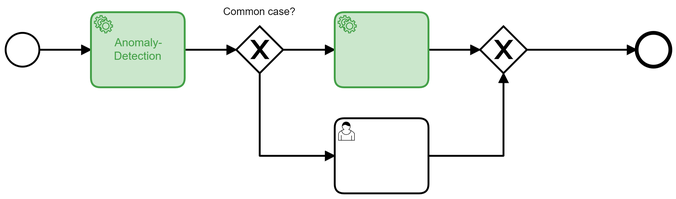
This is models/anomaly-detection-first.png from viadee/bpmn.ai-patterns, a BPMN export, as it was before one commit. Its source is kept beside it as models/anomaly-detection-first.bpmn. Ids are renumbered. Its diagram source:
```xml
<bpmn:definitions xmlns:bpmn="http://www.omg.org/spec/BPMN/20100524/MODEL" xmlns:bpmndi="http://www.omg.org/spec/BPMN/20100524/DI" xmlns:dc="http://www.omg.org/spec/DD/20100524/DC" xmlns:di="http://www.omg.org/spec/DD/20100524/DI" xmlns:bioc="http://bpmn.io/schema/bpmn/biocolor/1.0" id="Definitions_n1" targetNamespace="http://bpmn.io/schema/bpmn" exporter="Camunda Modeler" exporterVersion="4.1.1">
  <bpmn:process id="Process_n2" isExecutable="true">
    <bpmn:startEvent id="Event_n3">
      <bpmn:outgoing>Flow_n4</bpmn:outgoing>
    </bpmn:startEvent>
    <bpmn:endEvent id="Event_n5">
      <bpmn:incoming>Flow_n6</bpmn:incoming>
    </bpmn:endEvent>
    <bpmn:exclusiveGateway id="Gateway_n7" name="Common case?">
      <bpmn:incoming>Flow_n8</bpmn:incoming>
      <bpmn:outgoing>Flow_n9</bpmn:outgoing>
      <bpmn:outgoing>Flow_n10</bpmn:outgoing>
    </bpmn:exclusiveGateway>
    <bpmn:exclusiveGateway id="Gateway_n11">
      <bpmn:incoming>Flow_n12</bpmn:incoming>
      <bpmn:incoming>Flow_n13</bpmn:incoming>
      <bpmn:outgoing>Flow_n6</bpmn:outgoing>
    </bpmn:exclusiveGateway>
    <bpmn:userTask id="Activity_n14">
      <bpmn:incoming>Flow_n10</bpmn:incoming>
      <bpmn:outgoing>Flow_n12</bpmn:outgoing>
    </bpmn:userTask>
    <bpmn:serviceTask id="Activity_n15" name="Anomaly-Detection">
      <bpmn:incoming>Flow_n4</bpmn:incoming>
      <bpmn:outgoing>Flow_n8</bpmn:outgoing>
    </bpmn:serviceTask>
    <bpmn:serviceTask id="Activity_n16">
      <bpmn:incoming>Flow_n9</bpmn:incoming>
      <bpmn:outgoing>Flow_n13</bpmn:outgoing>
    </bpmn:serviceTask>
    <bpmn:sequenceFlow id="Flow_n4" sourceRef="Event_n3" targetRef="Activity_n15" />
    <bpmn:sequenceFlow id="Flow_n6" sourceRef="Gateway_n11" targetRef="Event_n5" />
    <bpmn:sequenceFlow id="Flow_n8" sourceRef="Activity_n15" targetRef="Gateway_n7" />
    <bpmn:sequenceFlow id="Flow_n9" sourceRef="Gateway_n7" targetRef="Activity_n16" />
    <bpmn:sequenceFlow id="Flow_n10" sourceRef="Gateway_n7" targetRef="Activity_n14" />
    <bpmn:sequenceFlow id="Flow_n12" sourceRef="Activity_n14" targetRef="Gateway_n11" />
    <bpmn:sequenceFlow id="Flow_n13" sourceRef="Activity_n16" targetRef="Gateway_n11" />
  </bpmn:process>
  <bpmndi:BPMNDiagram id="BPMNDiagram_1">
    <bpmndi:BPMNPlane id="BPMNPlane_1" bpmnElement="Process_n2">
      <bpmndi:BPMNEdge id="Flow_n4_di" bpmnElement="Flow_n4">
        <di:waypoint x="198" y="130" />
        <di:waypoint x="253" y="130" />
      </bpmndi:BPMNEdge>
      <bpmndi:BPMNEdge id="Flow_n6_di" bpmnElement="Flow_n6">
        <di:waypoint x="718" y="130" />
        <di:waypoint x="835" y="130" />
      </bpmndi:BPMNEdge>
      <bpmndi:BPMNEdge id="Flow_n8_di" bpmnElement="Flow_n8">
        <di:waypoint x="353" y="130" />
        <di:waypoint x="408" y="130" />
      </bpmndi:BPMNEdge>
      <bpmndi:BPMNEdge id="Flow_n9_di" bpmnElement="Flow_n9">
        <di:waypoint x="458" y="130" />
        <di:waypoint x="513" y="130" />
      </bpmndi:BPMNEdge>
      <bpmndi:BPMNEdge id="Flow_n10_di" bpmnElement="Flow_n10">
        <di:waypoint x="433" y="155" />
        <di:waypoint x="433" y="243" />
        <di:waypoint x="513" y="243" />
      </bpmndi:BPMNEdge>
      <bpmndi:BPMNEdge id="Flow_n12_di" bpmnElement="Flow_n12">
        <di:waypoint x="613" y="243" />
        <di:waypoint x="693" y="243" />
        <di:waypoint x="693" y="155" />
      </bpmndi:BPMNEdge>
      <bpmndi:BPMNEdge id="Flow_n13_di" bpmnElement="Flow_n13">
        <di:waypoint x="613" y="130" />
        <di:waypoint x="668" y="130" />
      </bpmndi:BPMNEdge>
      <bpmndi:BPMNShape id="Event_n3_di" bpmnElement="Event_n3">
        <dc:Bounds x="162" y="112" width="36" height="36" />
      </bpmndi:BPMNShape>
      <bpmndi:BPMNShape id="Event_n5_di" bpmnElement="Event_n5">
        <dc:Bounds x="835" y="112" width="36" height="36" />
      </bpmndi:BPMNShape>
      <bpmndi:BPMNShape id="Gateway_n7_di" bpmnElement="Gateway_n7" isMarkerVisible="true">
        <dc:Bounds x="408" y="105" width="50" height="50" />
        <bpmndi:BPMNLabel>
          <dc:Bounds x="394" y="83" width="78" height="14" />
        </bpmndi:BPMNLabel>
      </bpmndi:BPMNShape>
      <bpmndi:BPMNShape id="Gateway_n11_di" bpmnElement="Gateway_n11" isMarkerVisible="true">
        <dc:Bounds x="668" y="105" width="50" height="50" />
      </bpmndi:BPMNShape>
      <bpmndi:BPMNShape id="Activity_n14_di" bpmnElement="Activity_n14">
        <dc:Bounds x="513" y="203" width="100" height="80" />
      </bpmndi:BPMNShape>
      <bpmndi:BPMNShape id="Activity_n15_di" bpmnElement="Activity_n15" bioc:stroke="rgb(67, 160, 71)" bioc:fill="rgb(200, 230, 201)">
        <dc:Bounds x="253" y="90" width="100" height="80" />
      </bpmndi:BPMNShape>
      <bpmndi:BPMNShape id="Activity_n16_di" bpmnElement="Activity_n16" bioc:stroke="rgb(67, 160, 71)" bioc:fill="rgb(200, 230, 201)">
        <dc:Bounds x="513" y="90" width="100" height="80" />
      </bpmndi:BPMNShape>
    </bpmndi:BPMNPlane>
  </bpmndi:BPMNDiagram>
</bpmn:definitions>
```
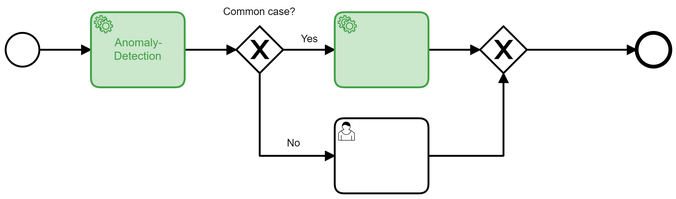
Later version of the same file.

The edit, as a diff of the source:
```diff
@@ -31,42 +31,48 @@
     <bpmn:sequenceFlow id="Flow_n4" sourceRef="Event_n3" targetRef="Activity_n15" />
     <bpmn:sequenceFlow id="Flow_n6" sourceRef="Gateway_n11" targetRef="Event_n5" />
     <bpmn:sequenceFlow id="Flow_n8" sourceRef="Activity_n15" targetRef="Gateway_n7" />
-    <bpmn:sequenceFlow id="Flow_n9" sourceRef="Gateway_n7" targetRef="Activity_n16" />
-    <bpmn:sequenceFlow id="Flow_n10" sourceRef="Gateway_n7" targetRef="Activity_n14" />
+    <bpmn:sequenceFlow id="Flow_n9" name="Yes" sourceRef="Gateway_n7" targetRef="Activity_n16" />
+    <bpmn:sequenceFlow id="Flow_n10" name="No" sourceRef="Gateway_n7" targetRef="Activity_n14" />
     <bpmn:sequenceFlow id="Flow_n12" sourceRef="Activity_n14" targetRef="Gateway_n11" />
     <bpmn:sequenceFlow id="Flow_n13" sourceRef="Activity_n16" targetRef="Gateway_n11" />
   </bpmn:process>
   <bpmndi:BPMNDiagram id="BPMNDiagram_1">
     <bpmndi:BPMNPlane id="BPMNPlane_1" bpmnElement="Process_n2">
-      <bpmndi:BPMNEdge id="Flow_n4_di" bpmnElement="Flow_n4">
-        <di:waypoint x="198" y="130" />
-        <di:waypoint x="253" y="130" />
-      </bpmndi:BPMNEdge>
-      <bpmndi:BPMNEdge id="Flow_n6_di" bpmnElement="Flow_n6">
-        <di:waypoint x="718" y="130" />
-        <di:waypoint x="835" y="130" />
-      </bpmndi:BPMNEdge>
-      <bpmndi:BPMNEdge id="Flow_n8_di" bpmnElement="Flow_n8">
-        <di:waypoint x="353" y="130" />
-        <di:waypoint x="408" y="130" />
-      </bpmndi:BPMNEdge>
-      <bpmndi:BPMNEdge id="Flow_n9_di" bpmnElement="Flow_n9">
-        <di:waypoint x="458" y="130" />
-        <di:waypoint x="513" y="130" />
-      </bpmndi:BPMNEdge>
-      <bpmndi:BPMNEdge id="Flow_n10_di" bpmnElement="Flow_n10">
-        <di:waypoint x="433" y="155" />
-        <di:waypoint x="433" y="243" />
-        <di:waypoint x="513" y="243" />
+      <bpmndi:BPMNEdge id="Flow_n13_di" bpmnElement="Flow_n13">
+        <di:waypoint x="613" y="130" />
+        <di:waypoint x="668" y="130" />
       </bpmndi:BPMNEdge>
       <bpmndi:BPMNEdge id="Flow_n12_di" bpmnElement="Flow_n12">
         <di:waypoint x="613" y="243" />
         <di:waypoint x="693" y="243" />
         <di:waypoint x="693" y="155" />
       </bpmndi:BPMNEdge>
-      <bpmndi:BPMNEdge id="Flow_n13_di" bpmnElement="Flow_n13">
-        <di:waypoint x="613" y="130" />
-        <di:waypoint x="668" y="130" />
+      <bpmndi:BPMNEdge id="Flow_n10_di" bpmnElement="Flow_n10">
+        <di:waypoint x="433" y="155" />
+        <di:waypoint x="433" y="243" />
+        <di:waypoint x="513" y="243" />
+        <bpmndi:BPMNLabel>
+          <dc:Bounds x="462" y="223" width="15" height="14" />
+        </bpmndi:BPMNLabel>
+      </bpmndi:BPMNEdge>
+      <bpmndi:BPMNEdge id="Flow_n9_di" bpmnElement="Flow_n9">
+        <di:waypoint x="458" y="130" />
+        <di:waypoint x="513" y="130" />
+        <bpmndi:BPMNLabel>
+          <dc:Bounds x="477" y="112" width="18" height="14" />
+        </bpmndi:BPMNLabel>
+      </bpmndi:BPMNEdge>
+      <bpmndi:BPMNEdge id="Flow_n8_di" bpmnElement="Flow_n8">
+        <di:waypoint x="353" y="130" />
+        <di:waypoint x="408" y="130" />
+      </bpmndi:BPMNEdge>
+      <bpmndi:BPMNEdge id="Flow_n6_di" bpmnElement="Flow_n6">
+        <di:waypoint x="718" y="130" />
+        <di:waypoint x="835" y="130" />
+      </bpmndi:BPMNEdge>
+      <bpmndi:BPMNEdge id="Flow_n4_di" bpmnElement="Flow_n4">
+        <di:waypoint x="198" y="130" />
+        <di:waypoint x="253" y="130" />
       </bpmndi:BPMNEdge>
       <bpmndi:BPMNShape id="Event_n3_di" bpmnElement="Event_n3">
         <dc:Bounds x="162" y="112" width="36" height="36" />
```
